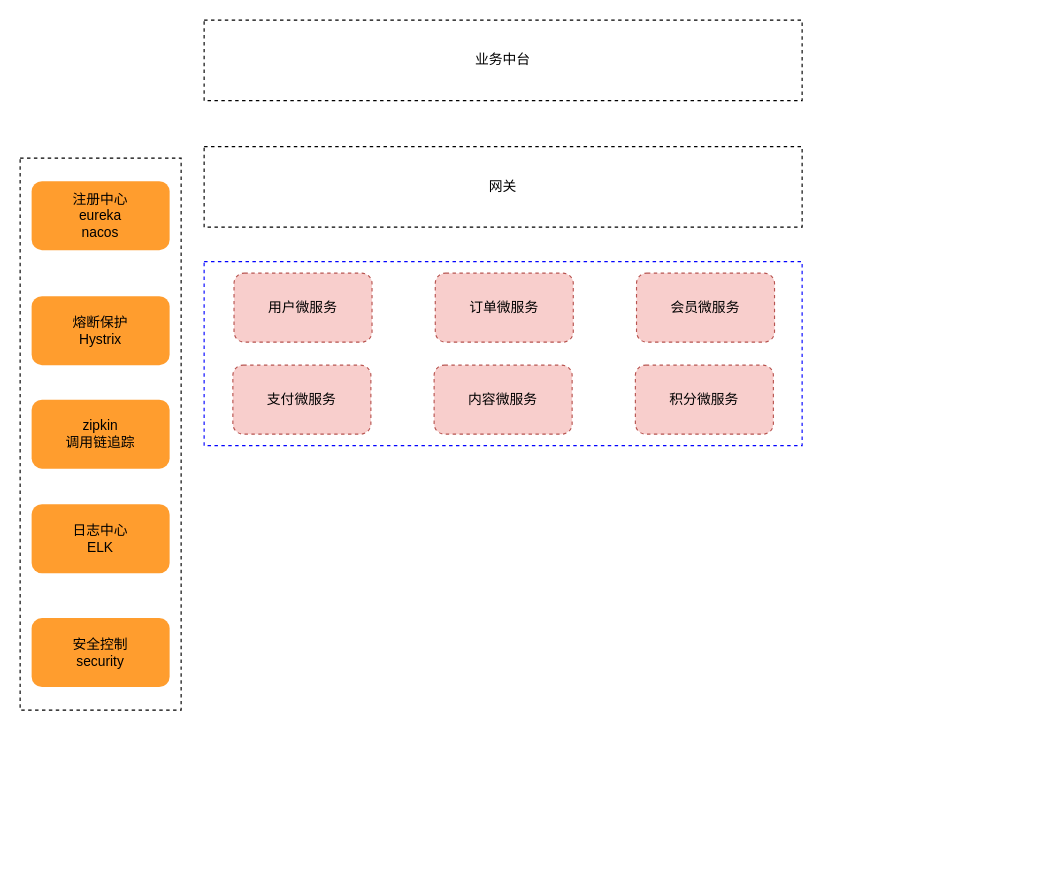
Above: flow/微服务架构.drawio in songyongzhan/diagrams (draw.io), before the change. Source tidied: cells renumbered, new cells numbered last; positions are measured from the earlier drawing's top-left corner, leaving out a move shared by most shapes. Both pictures are drawn from the tidied source at 115%, with x=0, y=0 at pixel (20, 20).
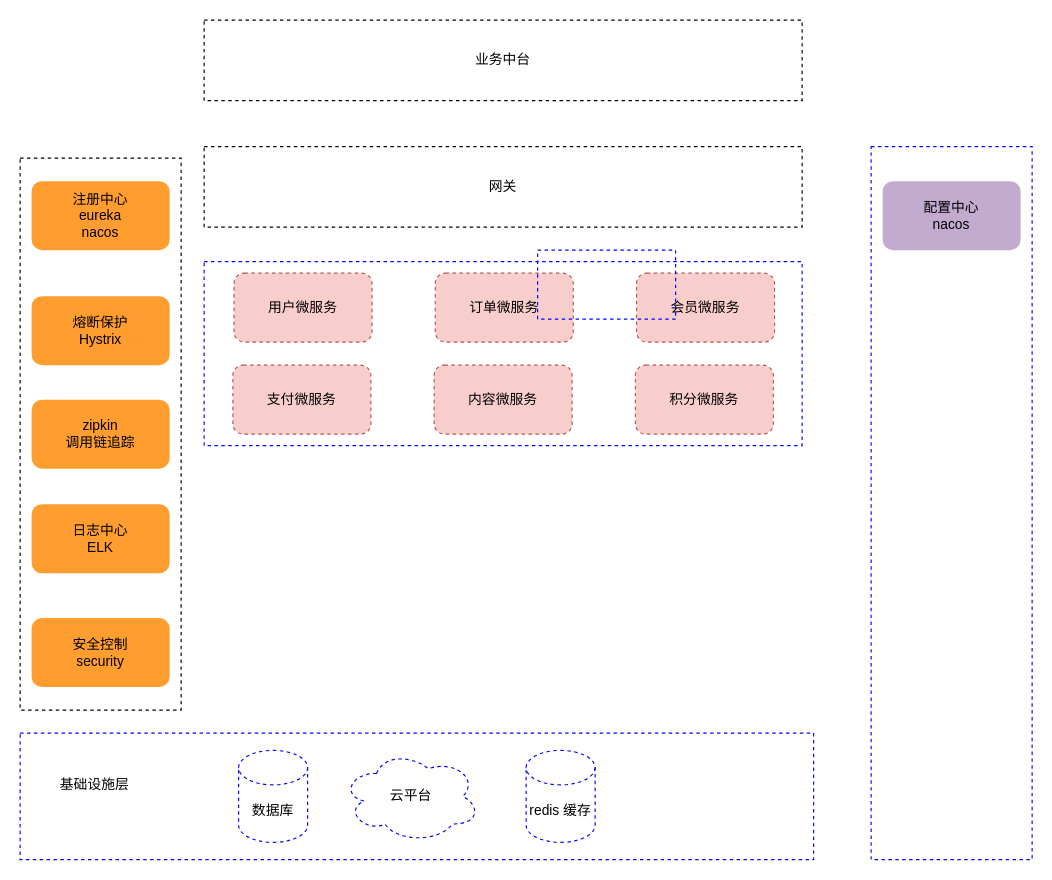
After the change.

Commit message (it also covers changes not shown here):
更新微服务架构.drawio

Change to the diagram source:
```diff
@@
+    <mxCell id="18" style="rounded=0;whiteSpace=wrap;html=1;dashed=1;strokeColor=#0303FF;fillColor=none;" parent="1" vertex="1">
+      <mxGeometry y="620" width="690" height="110" as="geometry" />
+    </mxCell>
+    <mxCell id="19" value="数据库" style="shape=cylinder3;whiteSpace=wrap;html=1;boundedLbl=1;backgroundOutline=1;size=15;rounded=1;dashed=1;strokeColor=#0303FF;fillColor=none;" parent="1" vertex="1">
+      <mxGeometry x="190" y="635" width="60" height="80" as="geometry" />
+    </mxCell>
+    <mxCell id="20" value="云平台" style="ellipse;shape=cloud;whiteSpace=wrap;html=1;rounded=1;dashed=1;strokeColor=#0303FF;fillColor=none;" parent="1" vertex="1">
+      <mxGeometry x="280" y="635" width="120" height="80" as="geometry" />
+    </mxCell>
+    <mxCell id="21" value="redis 缓存" style="shape=cylinder3;whiteSpace=wrap;html=1;boundedLbl=1;backgroundOutline=1;size=15;rounded=1;dashed=1;strokeColor=#0303FF;fillColor=none;" parent="1" vertex="1">
+      <mxGeometry x="440" y="635" width="60" height="80" as="geometry" />
+    </mxCell>
+    <mxCell id="22" value="基础设施层" style="text;html=1;strokeColor=none;fillColor=none;align=center;verticalAlign=middle;whiteSpace=wrap;rounded=0;dashed=1;" parent="1" vertex="1">
+      <mxGeometry x="30" y="660" width="70" height="10" as="geometry" />
+    </mxCell>
+    <mxCell id="23" style="rounded=0;whiteSpace=wrap;html=1;dashed=1;strokeColor=#0303FF;fillColor=none;" parent="1" vertex="1">
+      <mxGeometry x="740" y="110" width="140" height="620" as="geometry" />
+    </mxCell>
+    <mxCell id="24" style="rounded=0;whiteSpace=wrap;html=1;dashed=1;strokeColor=#0303FF;fillColor=none;" parent="1" vertex="1">
+      <mxGeometry x="450" y="200" width="120" height="60" as="geometry" />
+    </mxCell>
+    <mxCell id="25" value="配置中心&lt;br&gt;nacos" style="rounded=1;whiteSpace=wrap;html=1;dashed=1;strokeColor=none;fillColor=#C3ABD0;" parent="1" vertex="1">
+      <mxGeometry x="750" y="140" width="120" height="60" as="geometry" />
+    </mxCell>
```
